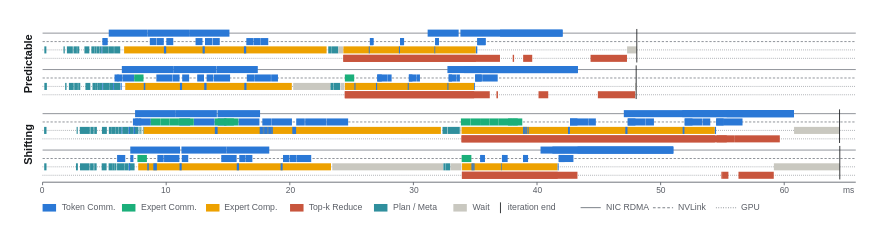
Before: figs/case_study/CS_v2.drawio in andronius-yang/flux, a draw.io diagram. Source tidied: cells renumbered, new cells numbered last; positions are measured from the earlier drawing's top-left corner, leaving out a move shared by most shapes. Both pictures are drawn from the tidied source at 126%, with x=0, y=0 at pixel (-5, 28).
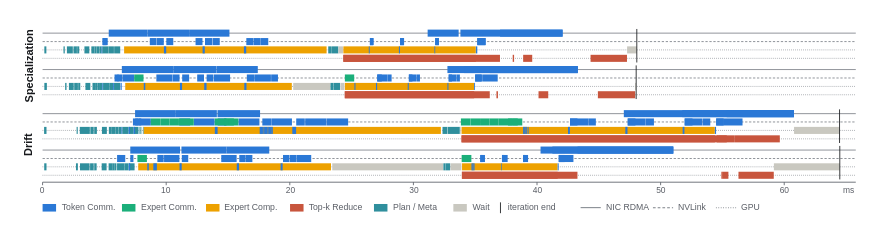
The same diagram, later.

Diff of the diagram source:
```diff
@@
-    <mxCell id="363" value="Predictable" style="text;html=1;fontSize=8.7;fontFamily=Helvetica;fontColor=#17191c;align=left;verticalAlign=middle;whiteSpace=nowrap;fontStyle=1;rotation=-90;" parent="1" vertex="1">
-      <mxGeometry x="0.4" y="22.2" width="52.4" height="12.1" as="geometry" />
+    <mxCell id="363" value="Specialization" style="text;html=1;fontSize=8.7;fontFamily=Helvetica;fontColor=#17191c;align=left;verticalAlign=middle;whiteSpace=nowrap;fontStyle=1;rotation=-90;" parent="1" vertex="1">
+      <mxGeometry x="-6.7" y="22.2" width="66.7" height="12.1" as="geometry" />
     </mxCell>
-    <mxCell id="364" value="Shifting" style="text;html=1;fontSize=8.7;fontFamily=Helvetica;fontColor=#17191c;align=left;verticalAlign=middle;whiteSpace=nowrap;fontStyle=1;rotation=-90;" parent="1" vertex="1">
-      <mxGeometry x="7.6" y="86.1" width="38.1" height="12.1" as="geometry" />
+    <mxCell id="364" value="Drift" style="text;html=1;fontSize=8.7;fontFamily=Helvetica;fontColor=#17191c;align=left;verticalAlign=middle;whiteSpace=nowrap;fontStyle=1;rotation=-90;" parent="1" vertex="1">
+      <mxGeometry x="14.8" y="86.1" width="23.8" height="12.1" as="geometry" />
     </mxCell>
```
